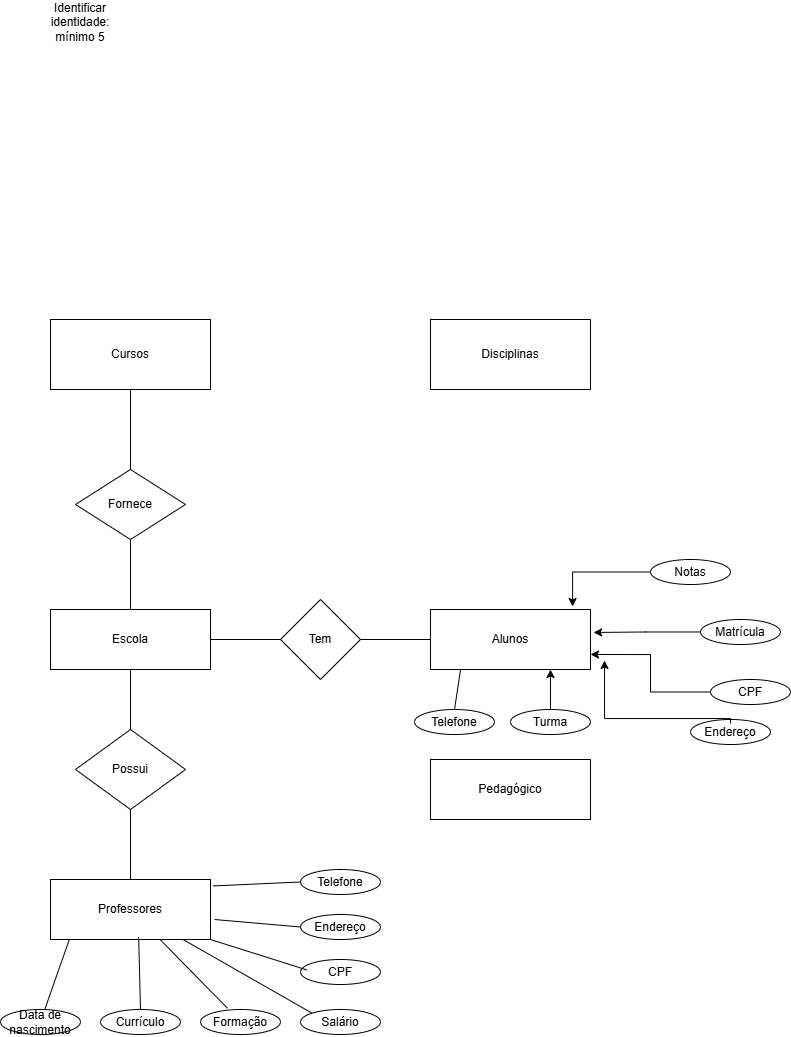
Before: Exercício.drawio.png, a diagram exported from draw.io (soueuuta-mpgp/Portif-lio). Source tidied: cells renumbered, new cells last; positions are measured from the earlier drawing's top-left corner, leaving out a move shared by most shapes.
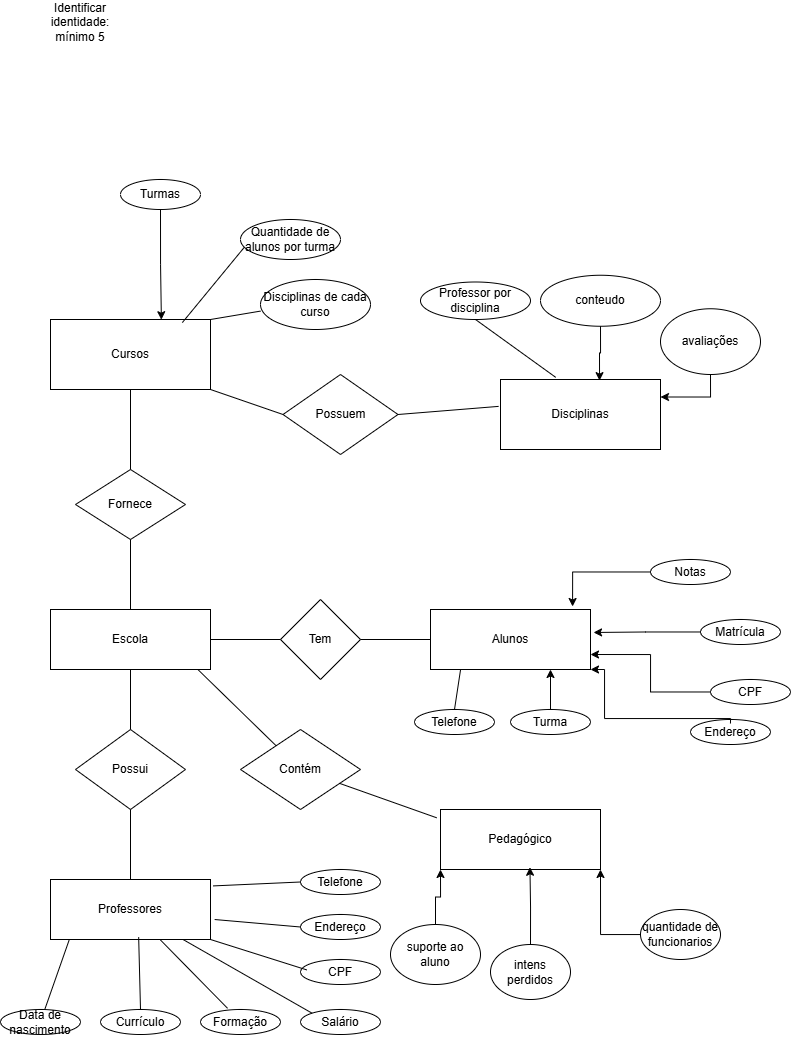
The same file after the commit.

The edit, as a diff of the source:
```diff
@@ -15,13 +15,13 @@
       <mxGeometry x="50" y="870" width="160" height="60" as="geometry" />
     </mxCell>
     <mxCell id="6" value="Disciplinas" style="rounded=0;whiteSpace=wrap;html=1;" parent="1" vertex="1">
-      <mxGeometry x="430" y="310" width="160" height="70" as="geometry" />
+      <mxGeometry x="500" y="370" width="160" height="70" as="geometry" />
     </mxCell>
     <mxCell id="7" value="Escola" style="rounded=0;whiteSpace=wrap;html=1;" parent="1" vertex="1">
       <mxGeometry x="50" y="600" width="160" height="60" as="geometry" />
     </mxCell>
     <mxCell id="8" value="Pedagógico" style="rounded=0;whiteSpace=wrap;html=1;" parent="1" vertex="1">
-      <mxGeometry x="430" y="750" width="160" height="60" as="geometry" />
+      <mxGeometry x="440" y="800" width="160" height="60" as="geometry" />
     </mxCell>
     <mxCell id="9" value="Fornece" style="rhombus;whiteSpace=wrap;html=1;" parent="1" vertex="1">
       <mxGeometry x="75" y="460" width="110" height="70" as="geometry" />
@@ -80,13 +80,13 @@
     <mxCell id="27" value="Turma" style="ellipse;whiteSpace=wrap;html=1;" parent="1" vertex="1">
       <mxGeometry x="510" y="700" width="80" height="25" as="geometry" />
     </mxCell>
-    <mxCell id="28" style="edgeStyle=orthogonalEdgeStyle;rounded=0;orthogonalLoop=1;jettySize=auto;html=1;entryX=0.963;entryY=1.033;entryDx=0;entryDy=0;entryPerimeter=0;" parent="1" edge="1">
+    <mxCell id="28" style="edgeStyle=orthogonalEdgeStyle;rounded=0;jettySize=auto;html=1;entryX=1;entryY=1;entryDx=0;entryDy=0;" parent="1" edge="1" target="4">
       <mxGeometry relative="1" as="geometry">
         <mxPoint x="730" y="714" as="sourcePoint" />
-        <mxPoint x="604" y="651" as="targetPoint" />
         <Array as="points">
           <mxPoint x="730" y="709" />
           <mxPoint x="604" y="709" />
+          <mxPoint x="604" y="660" />
         </Array>
       </mxGeometry>
     </mxCell>
@@ -135,5 +135,77 @@
     <mxCell id="43" style="endArrow=none;html=1;rounded=0;entryX=0.116;entryY=1.013;entryDx=0;entryDy=0;entryPerimeter=0;" parent="1" edge="1" source="38" target="5">
       <mxGeometry relative="1" as="geometry" />
     </mxCell>
+    <mxCell id="44" value="Professor por disciplina" style="ellipse;whiteSpace=wrap;html=1;" parent="1" vertex="1">
+      <mxGeometry x="420" y="272.5" width="110" height="37.5" as="geometry" />
+    </mxCell>
+    <mxCell id="45" value="Disciplinas de cada curso" style="ellipse;whiteSpace=wrap;html=1;" parent="1" vertex="1">
+      <mxGeometry x="260" y="270" width="110" height="50" as="geometry" />
+    </mxCell>
+    <mxCell id="46" value="Quantidade de alunos por turma" style="ellipse;whiteSpace=wrap;html=1;" parent="1" vertex="1">
+      <mxGeometry x="240" y="210" width="100" height="40" as="geometry" />
+    </mxCell>
+    <mxCell id="47" value="Turmas" style="ellipse;whiteSpace=wrap;html=1;" parent="1" vertex="1">
+      <mxGeometry x="120" y="170" width="80" height="30" as="geometry" />
+    </mxCell>
+    <mxCell id="48" style="endArrow=none;html=1;rounded=0;exitX=0.5;exitY=1;exitDx=0;exitDy=0;entryX=0.345;entryY=-0.031;entryDx=0;entryDy=0;entryPerimeter=0;" parent="1" edge="1" source="44" target="6">
+      <mxGeometry relative="1" as="geometry" />
+    </mxCell>
+    <mxCell id="49" style="endArrow=none;html=1;rounded=0;exitX=0;exitY=0.632;exitDx=0;exitDy=0;exitPerimeter=0;entryX=1;entryY=0;entryDx=0;entryDy=0;" parent="1" edge="1" source="45" target="3">
+      <mxGeometry relative="1" as="geometry" />
+    </mxCell>
+    <mxCell id="50" value="Possuem" style="rhombus;whiteSpace=wrap;html=1;" parent="1" vertex="1">
+      <mxGeometry x="282.5" y="365" width="115" height="80" as="geometry" />
+    </mxCell>
+    <mxCell id="51" style="endArrow=none;html=1;rounded=0;exitX=1;exitY=1;exitDx=0;exitDy=0;entryX=0;entryY=0.5;entryDx=0;entryDy=0;" parent="1" edge="1" source="3" target="50">
+      <mxGeometry relative="1" as="geometry" />
+    </mxCell>
+    <mxCell id="52" style="endArrow=none;html=1;rounded=0;exitX=1;exitY=0.5;exitDx=0;exitDy=0;entryX=-0.012;entryY=0.384;entryDx=0;entryDy=0;entryPerimeter=0;" parent="1" edge="1" source="50" target="6">
+      <mxGeometry relative="1" as="geometry" />
+    </mxCell>
+    <mxCell id="53" value="Contém" style="rhombus;whiteSpace=wrap;html=1;" parent="1" vertex="1">
+      <mxGeometry x="240" y="720" width="120" height="80" as="geometry" />
+    </mxCell>
+    <mxCell id="54" style="endArrow=none;html=1;rounded=0;exitX=0.919;exitY=0.995;exitDx=0;exitDy=0;exitPerimeter=0;" parent="1" edge="1" source="7" target="53">
+      <mxGeometry relative="1" as="geometry" />
+    </mxCell>
+    <mxCell id="55" style="endArrow=none;html=1;rounded=0;entryX=-0.024;entryY=0.138;entryDx=0;entryDy=0;entryPerimeter=0;" parent="1" edge="1" source="53" target="8">
+      <mxGeometry relative="1" as="geometry" />
+    </mxCell>
+    <mxCell id="56" style="endArrow=none;html=1;rounded=0;exitX=0.038;exitY=0.695;exitDx=0;exitDy=0;exitPerimeter=0;entryX=0.824;entryY=0.044;entryDx=0;entryDy=0;entryPerimeter=0;" parent="1" edge="1" source="46" target="3">
+      <mxGeometry relative="1" as="geometry" />
+    </mxCell>
+    <mxCell id="57" style="edgeStyle=orthogonalEdgeStyle;rounded=0;jettySize=auto;html=1;entryX=0.693;entryY=0.003;entryDx=0;entryDy=0;entryPerimeter=0;" parent="1" edge="1" source="47" target="3">
+      <mxGeometry relative="1" as="geometry" />
+    </mxCell>
+    <mxCell id="58" style="edgeStyle=orthogonalEdgeStyle;rounded=0;jettySize=auto;html=1;entryX=1;entryY=1;entryDx=0;entryDy=0;" parent="1" edge="1" source="59" target="8">
+      <mxGeometry relative="1" as="geometry" />
+    </mxCell>
+    <mxCell id="59" value="quantidade de funcionarios" style="ellipse;whiteSpace=wrap;html=1;" parent="1" vertex="1">
+      <mxGeometry x="640" y="900" width="80" height="50" as="geometry" />
+    </mxCell>
+    <mxCell id="60" value="intens perdidos" style="ellipse;whiteSpace=wrap;html=1;" parent="1" vertex="1">
+      <mxGeometry x="490" y="935" width="80" height="55" as="geometry" />
+    </mxCell>
+    <mxCell id="61" style="edgeStyle=orthogonalEdgeStyle;rounded=0;jettySize=auto;html=1;entryX=0.559;entryY=0.963;entryDx=0;entryDy=0;entryPerimeter=0;" parent="1" edge="1" source="60" target="8">
+      <mxGeometry relative="1" as="geometry" />
+    </mxCell>
+    <mxCell id="62" style="edgeStyle=orthogonalEdgeStyle;rounded=0;jettySize=auto;html=1;entryX=0;entryY=1;entryDx=0;entryDy=0;" parent="1" edge="1" source="63" target="8">
+      <mxGeometry relative="1" as="geometry" />
+    </mxCell>
+    <mxCell id="63" value="suporte ao aluno" style="ellipse;whiteSpace=wrap;html=1;" parent="1" vertex="1">
+      <mxGeometry x="390" y="915" width="90" height="60" as="geometry" />
+    </mxCell>
+    <mxCell id="64" value="conteudo" style="ellipse;whiteSpace=wrap;html=1;" parent="1" vertex="1">
+      <mxGeometry x="540" y="265.8" width="120" height="51" as="geometry" />
+    </mxCell>
+    <mxCell id="65" style="edgeStyle=orthogonalEdgeStyle;rounded=0;jettySize=auto;html=1;entryX=0.619;entryY=0.016;entryDx=0;entryDy=0;entryPerimeter=0;" parent="1" edge="1" source="64" target="6">
+      <mxGeometry relative="1" as="geometry" />
+    </mxCell>
+    <mxCell id="66" style="edgeStyle=orthogonalEdgeStyle;rounded=0;jettySize=auto;html=1;entryX=1;entryY=0.25;entryDx=0;entryDy=0;" parent="1" edge="1" source="67" target="6">
+      <mxGeometry relative="1" as="geometry" />
+    </mxCell>
+    <mxCell id="67" value="avaliações" style="ellipse;whiteSpace=wrap;html=1;" parent="1" vertex="1">
+      <mxGeometry x="660" y="299.2" width="100" height="65.8" as="geometry" />
+    </mxCell>
   </root>
 </mxGraphModel>
```
